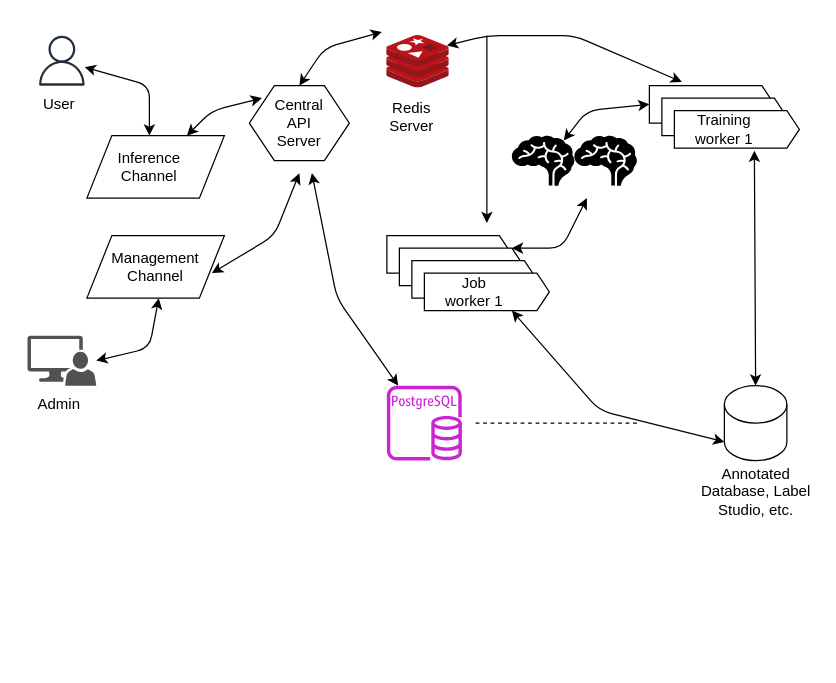
The draw.io diagram diagrams/overview.drawio in jaranya015/Ai-ecosystem-workspace, before the edit. Source tidied: cells renumbered, new cells numbered last; positions are measured from the earlier drawing's top-left corner, leaving out a move shared by most shapes. Both pictures are drawn from the tidied source at 125%, with x=0, y=0 at pixel (21, 35).
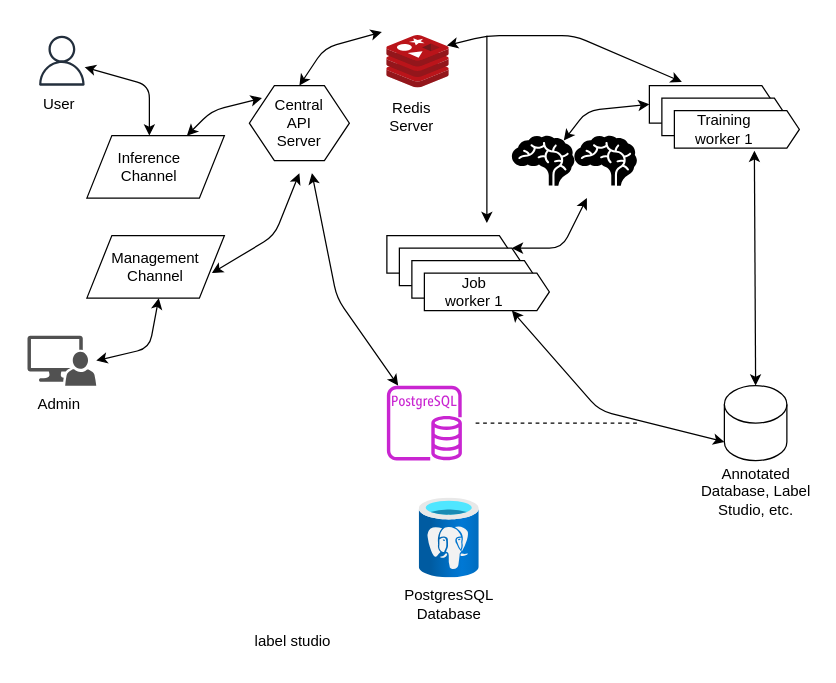
The same diagram, later.

Commit message (it also covers changes not shown here):
Label Studio

Diff of the diagram source:
```diff
@@
+    <mxCell id="41" value="label studio" style="text;strokeColor=none;align=center;fillColor=none;html=1;verticalAlign=middle;whiteSpace=wrap;rounded=0;" parent="1" vertex="1">
+      <mxGeometry x="172" y="470" width="90" height="30" as="geometry" />
+    </mxCell>
+    <mxCell id="42" value="PostgresSQL Database" style="text;strokeColor=none;align=center;fillColor=none;html=1;verticalAlign=middle;whiteSpace=wrap;rounded=0;" parent="1" vertex="1">
+      <mxGeometry x="297" y="440" width="90" height="30" as="geometry" />
+    </mxCell>
+    <mxCell id="43" style="image;html=1;align=center;fontSize=12;image=img/lib/azure2/databases/Azure_Database_PostgreSQL_Server.svg;" parent="1" vertex="1">
+      <mxGeometry x="318" y="370" width="48" height="64" as="geometry" />
+    </mxCell>
```
